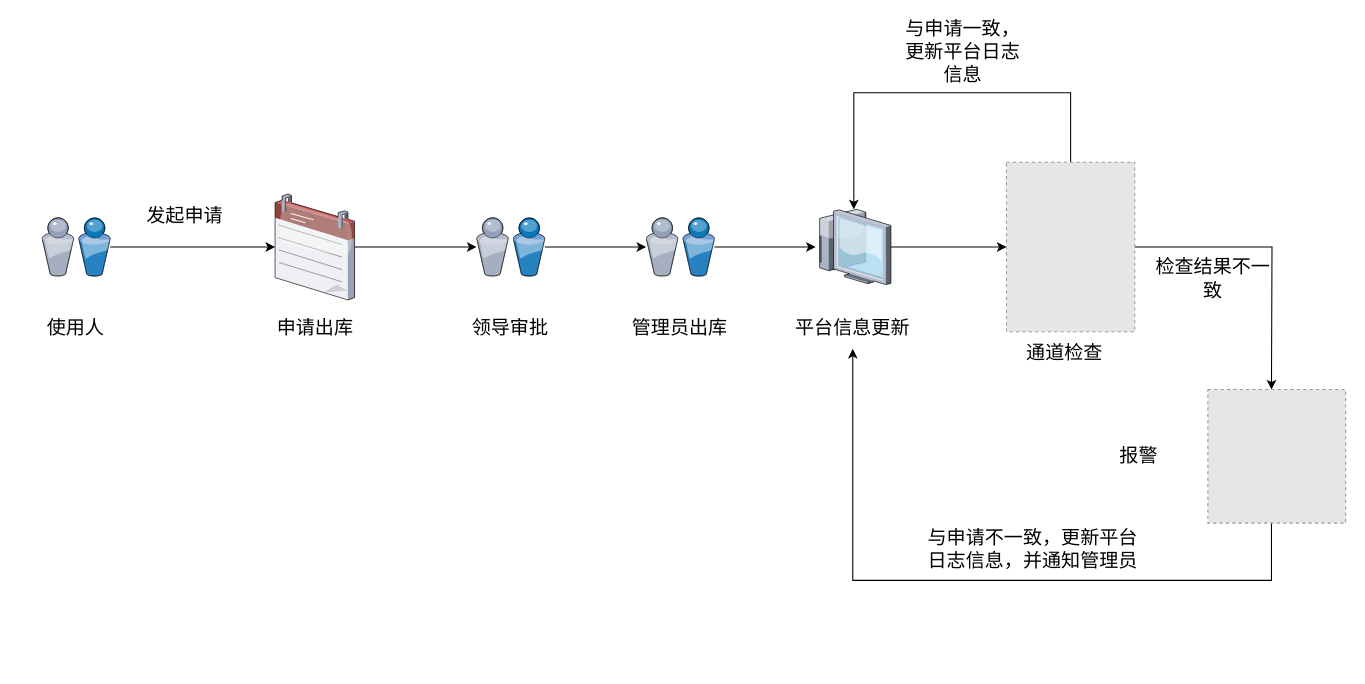
Above: 资产管理系统出入管控流程.drawio in captain188/draw.io (draw.io), before the change. Source tidied: cells renumbered, new cells numbered last; positions are measured from the earlier drawing's top-left corner, leaving out a move shared by most shapes. Both pictures are drawn from the tidied source at 106%, with x=0, y=0 at pixel (17, 29). Pictures stored in the file or linked from it are replaced by grey dashed boxes.
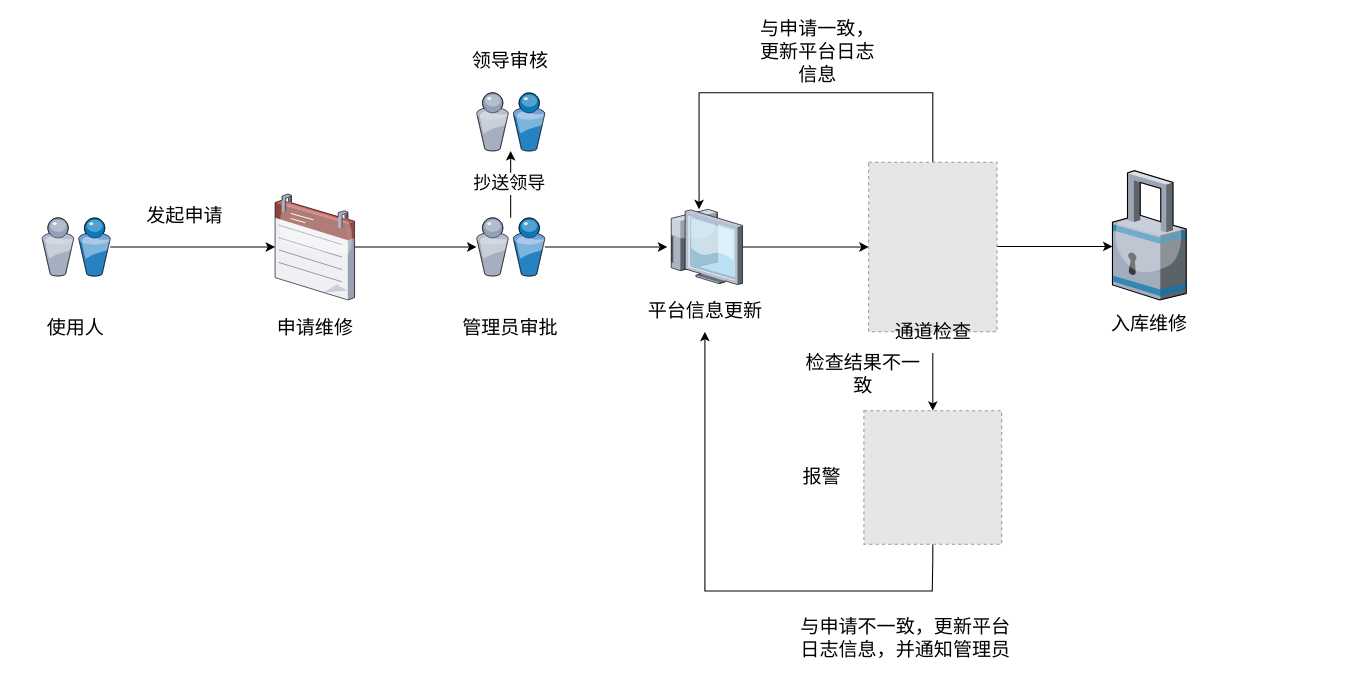
Above is the later version.

Commit message:
更新资产管理系统出入管控流程.drawio

Unchanged cells that the change refers to:
```xml
<mxCell id="11" style="edgeStyle=orthogonalEdgeStyle;rounded=0;jettySize=auto;html=1;" parent="1" edge="1" source="12" target="15">
  <mxGeometry relative="1" as="geometry" />
</mxCell>
<mxCell id="12" style="verticalLabelPosition=bottom;sketch=0;html=1;verticalAlign=top;strokeColor=none;align=center;outlineConnect=0;shape=mxgraph.citrix.users;" parent="1" vertex="1">
  <mxGeometry x="433" y="178" width="64.5" height="55" as="geometry" />
</mxCell>
```

Diff of the diagram source:
```diff
@@
     <mxCell id="9" style="verticalLabelPosition=bottom;sketch=0;html=1;verticalAlign=top;strokeColor=none;align=center;outlineConnect=0;shape=mxgraph.citrix.thin_client;" parent="1" vertex="1">
-      <mxGeometry x="753" y="170" width="71" height="71" as="geometry" />
+      <mxGeometry x="613" y="170" width="71" height="71" as="geometry" />
     </mxCell>
-    <mxCell id="10" value="&lt;font style=&quot;font-size: 18px;&quot;&gt;申请出库&lt;/font&gt;" style="text;strokeColor=none;align=center;fillColor=none;html=1;verticalAlign=middle;whiteSpace=wrap;rounded=0;" parent="1" vertex="1">
+    <mxCell id="10" value="&lt;font style=&quot;font-size: 18px;&quot;&gt;申请维修&lt;/font&gt;" style="text;strokeColor=none;align=center;fillColor=none;html=1;verticalAlign=middle;whiteSpace=wrap;rounded=0;" parent="1" vertex="1">
       <mxGeometry x="225.5" y="265.5" width="110" height="32.2" as="geometry" />
     </mxCell>
@@
+    <mxCell id="28" value="&lt;font style=&quot;font-size: 17px;&quot;&gt;抄送领导&lt;/font&gt;" style="edgeLabel;html=1;align=center;verticalAlign=middle;" parent="11" vertex="1">
+      <mxGeometry x="0.01" y="2" relative="1" as="geometry">
+        <mxPoint y="-1" as="offset" />
+      </mxGeometry>
+    </mxCell>
+    <mxCell id="29" style="edgeStyle=orthogonalEdgeStyle;rounded=0;jettySize=auto;html=1;" parent="1" edge="1" source="12" target="9">
+      <mxGeometry relative="1" as="geometry" />
+    </mxCell>
@@
-    <mxCell id="13" value="&lt;font style=&quot;font-size: 18px;&quot;&gt;领导审批&lt;/font&gt;" style="text;strokeColor=none;align=center;fillColor=none;html=1;verticalAlign=middle;whiteSpace=wrap;rounded=0;" parent="1" vertex="1">
+    <mxCell id="13" value="&lt;font style=&quot;font-size: 18px;&quot;&gt;管理员审批&lt;/font&gt;" style="text;strokeColor=none;align=center;fillColor=none;html=1;verticalAlign=middle;whiteSpace=wrap;rounded=0;" parent="1" vertex="1">
       <mxGeometry x="410.2" y="261.6" width="110" height="40" as="geometry" />
     </mxCell>
-    <mxCell id="14" style="edgeStyle=orthogonalEdgeStyle;rounded=0;jettySize=auto;html=1;" parent="1" edge="1" source="15" target="9">
-      <mxGeometry relative="1" as="geometry" />
-    </mxCell>
     <mxCell id="15" style="verticalLabelPosition=bottom;sketch=0;html=1;verticalAlign=top;strokeColor=none;align=center;outlineConnect=0;shape=mxgraph.citrix.users;" parent="1" vertex="1">
-      <mxGeometry x="593" y="178" width="64.5" height="55" as="geometry" />
+      <mxGeometry x="433" y="60" width="64.5" height="55" as="geometry" />
     </mxCell>
-    <mxCell id="16" value="&lt;font style=&quot;font-size: 18px;&quot;&gt;管理员出库&lt;/font&gt;" style="text;strokeColor=none;align=center;fillColor=none;html=1;verticalAlign=middle;whiteSpace=wrap;rounded=0;" parent="1" vertex="1">
-      <mxGeometry x="570.2" y="261.6" width="110" height="40" as="geometry" />
+    <mxCell id="16" value="&lt;font style=&quot;font-size: 18px;&quot;&gt;领导审核&lt;/font&gt;" style="text;strokeColor=none;align=center;fillColor=none;html=1;verticalAlign=middle;whiteSpace=wrap;rounded=0;" parent="1" vertex="1">
+      <mxGeometry x="410.2" y="10" width="110" height="40" as="geometry" />
     </mxCell>
     <mxCell id="17" value="&lt;font style=&quot;font-size: 18px;&quot;&gt;平台信息更新&lt;/font&gt;" style="text;strokeColor=none;align=center;fillColor=none;html=1;verticalAlign=middle;whiteSpace=wrap;rounded=0;" parent="1" vertex="1">
-      <mxGeometry x="733" y="261.6" width="110" height="40" as="geometry" />
+      <mxGeometry x="593.5" y="245.5" width="110" height="40" as="geometry" />
     </mxCell>
     <mxCell id="18" style="edgeStyle=orthogonalEdgeStyle;rounded=0;jettySize=auto;html=1;" parent="1" edge="1" source="20">
       <mxGeometry relative="1" as="geometry">
-        <mxPoint x="789" y="170" as="targetPoint" />
+        <mxPoint x="643" y="170" as="targetPoint" />
         <Array as="points">
-          <mxPoint x="993" y="60" />
-          <mxPoint x="789" y="60" />
+          <mxPoint x="863" y="60" />
+          <mxPoint x="643" y="60" />
         </Array>
       </mxGeometry>
     </mxCell>
     <mxCell id="19" style="edgeStyle=orthogonalEdgeStyle;rounded=0;jettySize=auto;html=1;" parent="1" edge="1" source="20">
       <mxGeometry relative="1" as="geometry">
-        <mxPoint x="1183" y="340" as="targetPoint" />
+        <mxPoint x="1033" y="205" as="targetPoint" />
       </mxGeometry>
     </mxCell>
     <mxCell id="20" style="fillColor=#E6E6E6;strokeColor=#999999;dashed=1;verticalLabelPosition=bottom;verticalAlign=top;" parent="1" vertex="1">
-      <mxGeometry x="933" y="125.5" width="121" height="160" as="geometry" />
+      <mxGeometry x="803" y="125.5" width="121" height="160" as="geometry" />
     </mxCell>
+    <mxCell id="30" style="edgeStyle=orthogonalEdgeStyle;rounded=0;jettySize=auto;html=1;" parent="1" edge="1" source="21" target="24">
+      <mxGeometry relative="1" as="geometry">
+        <Array as="points">
+          <mxPoint x="863" y="340" />
+          <mxPoint x="863" y="340" />
+        </Array>
+      </mxGeometry>
+    </mxCell>
     <mxCell id="21" value="&lt;font style=&quot;font-size: 18px;&quot;&gt;通道检查&lt;/font&gt;" style="text;strokeColor=none;align=center;fillColor=none;html=1;verticalAlign=middle;whiteSpace=wrap;rounded=0;" parent="1" vertex="1">
-      <mxGeometry x="933" y="285.5" width="110" height="40" as="geometry" />
+      <mxGeometry x="808.5" y="265.5" width="110" height="40" as="geometry" />
     </mxCell>
     <mxCell id="22" value="&lt;font style=&quot;font-size: 18px;&quot;&gt;与申请一致，更新平台日志信息&lt;/font&gt;" style="text;strokeColor=none;align=center;fillColor=none;html=1;verticalAlign=middle;whiteSpace=wrap;rounded=0;" parent="1" vertex="1">
-      <mxGeometry x="833" width="117.5" height="44.5" as="geometry" />
+      <mxGeometry x="696" width="117.5" height="44.5" as="geometry" />
     </mxCell>
     <mxCell id="23" style="edgeStyle=orthogonalEdgeStyle;rounded=0;jettySize=auto;html=1;entryX=0.5;entryY=1;entryDx=0;entryDy=0;" parent="1" edge="1" source="24" target="17">
       <mxGeometry relative="1" as="geometry">
         <Array as="points">
-          <mxPoint x="1183" y="520" />
-          <mxPoint x="788" y="520" />
+          <mxPoint x="864" y="500" />
+          <mxPoint x="863" y="530" />
+          <mxPoint x="648" y="530" />
         </Array>
       </mxGeometry>
     </mxCell>
     <mxCell id="24" style="fillColor=#E6E6E6;strokeColor=#999999;dashed=1;verticalLabelPosition=bottom;verticalAlign=top;" parent="1" vertex="1">
-      <mxGeometry x="1123" y="340" width="130" height="126" as="geometry" />
+      <mxGeometry x="798.5" y="360" width="130" height="126" as="geometry" />
     </mxCell>
     <mxCell id="25" value="&lt;font style=&quot;font-size: 18px;&quot;&gt;检查结果不一致&lt;/font&gt;" style="text;strokeColor=none;align=center;fillColor=none;html=1;verticalAlign=middle;whiteSpace=wrap;rounded=0;" parent="1" vertex="1">
-      <mxGeometry x="1073" y="215.5" width="110" height="40" as="geometry" />
+      <mxGeometry x="743" y="305.5" width="110" height="40" as="geometry" />
     </mxCell>
     <mxCell id="26" value="&lt;font style=&quot;font-size: 18px;&quot;&gt;报警&lt;/font&gt;" style="text;strokeColor=none;align=center;fillColor=none;html=1;verticalAlign=middle;whiteSpace=wrap;rounded=0;" parent="1" vertex="1">
-      <mxGeometry x="1003" y="383" width="110" height="40" as="geometry" />
+      <mxGeometry x="703.5" y="403" width="110" height="40" as="geometry" />
     </mxCell>
     <mxCell id="27" value="&lt;font style=&quot;font-size: 18px;&quot;&gt;与申请不一致，更新平台日志信息，并通知管理员&lt;/font&gt;" style="text;strokeColor=none;align=center;fillColor=none;html=1;verticalAlign=middle;whiteSpace=wrap;rounded=0;" parent="1" vertex="1">
-      <mxGeometry x="853" y="466" width="210" height="50" as="geometry" />
+      <mxGeometry x="733" y="550" width="210" height="50" as="geometry" />
     </mxCell>
+    <mxCell id="31" style="verticalLabelPosition=bottom;sketch=0;html=1;verticalAlign=top;strokeColor=none;align=center;shape=mxgraph.citrix.security;" parent="1" vertex="1">
+      <mxGeometry x="1033" y="133.5" width="69.6" height="122" as="geometry" />
+    </mxCell>
+    <mxCell id="32" value="&lt;font style=&quot;font-size: 18px;&quot;&gt;入库维修&lt;/font&gt;" style="text;strokeColor=none;align=center;fillColor=none;html=1;verticalAlign=middle;whiteSpace=wrap;rounded=0;" parent="1" vertex="1">
+      <mxGeometry x="1012.8" y="257.8" width="110" height="40" as="geometry" />
+    </mxCell>
```
